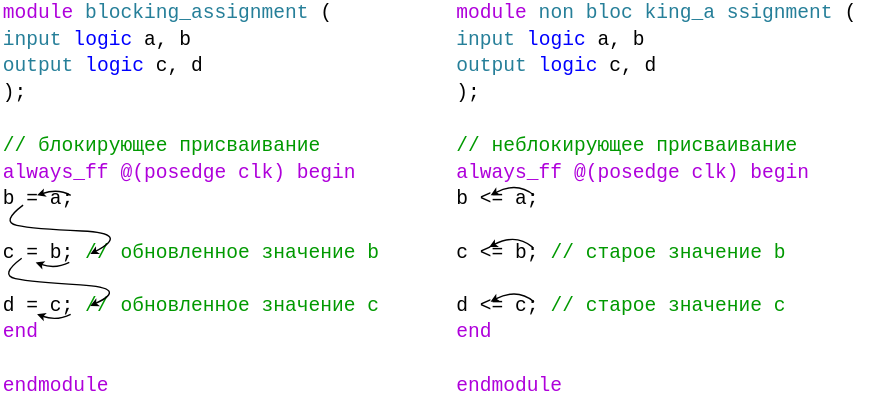
Before: .pic/Basic Verilog structures/assignments/fig_03.drawio.svg, a diagram exported from draw.io (MPSU/APS). Source tidied: cells renumbered, new cells last; positions are measured from the earlier drawing's top-left corner, leaving out a move shared by most shapes.
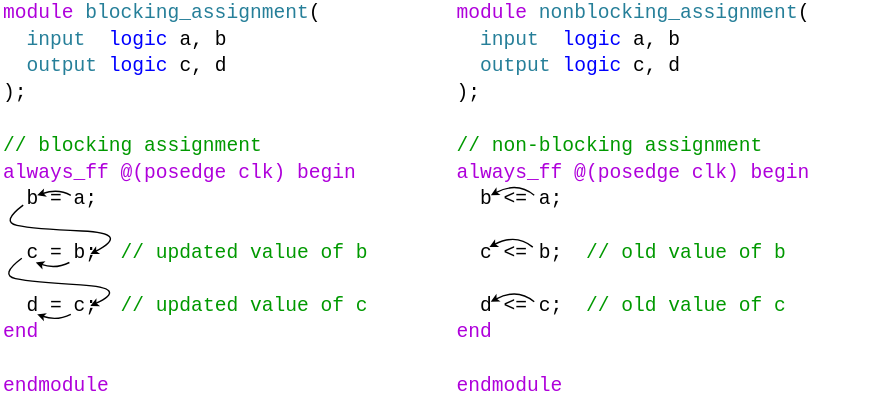
After the change.

Diff of the diagram source:
```diff
@@ -2,10 +2,10 @@
   <root>
     <mxCell id="0" />
     <mxCell id="1" parent="0" />
-    <mxCell id="2" value="&lt;div style=&quot;background-color: rgb(255, 255, 255); font-family: &amp;quot;Fira Code Light&amp;quot;, Consolas, &amp;quot;Courier New&amp;quot;, monospace, Consolas, &amp;quot;Courier New&amp;quot;, monospace; font-size: 14px; line-height: 216%;&quot;&gt;&lt;div style=&quot;line-height: 216%;&quot;&gt;&lt;div style=&quot;line-height: 19px;&quot;&gt;&lt;div style=&quot;line-height: 19px;&quot;&gt;&lt;div style=&quot;&quot;&gt;&lt;font color=&quot;#af00db&quot;&gt;module &lt;/font&gt;&lt;span style=&quot;color: rgb(38, 127, 153);&quot;&gt;blocking_assignment&lt;/span&gt;&lt;span style=&quot;color: rgb(0, 0, 0);&quot;&gt;(&lt;/span&gt;&lt;/div&gt;&lt;div style=&quot;color: rgb(59, 59, 59);&quot;&gt;&lt;span style=&quot;color: rgb(0, 0, 0);&quot;&gt;&amp;nbsp; &lt;/span&gt;&lt;span style=&quot;color: rgb(38, 127, 153);&quot;&gt;input&lt;/span&gt;&lt;span style=&quot;color: rgb(0, 0, 0);&quot;&gt;&amp;nbsp;&amp;nbsp;&lt;/span&gt;&lt;span style=&quot;color: rgb(0, 0, 255);&quot;&gt;logic&lt;/span&gt;&lt;span style=&quot;color: rgb(0, 0, 0);&quot;&gt; a, b&lt;/span&gt;&lt;/div&gt;&lt;div style=&quot;color: rgb(59, 59, 59);&quot;&gt;&lt;span style=&quot;color: rgb(0, 0, 0);&quot;&gt;&amp;nbsp; &lt;/span&gt;&lt;span style=&quot;color: rgb(38, 127, 153);&quot;&gt;output&lt;/span&gt;&lt;span style=&quot;color: rgb(0, 0, 0);&quot;&gt; &lt;/span&gt;&lt;span style=&quot;color: rgb(0, 0, 255);&quot;&gt;logic&lt;/span&gt;&lt;span style=&quot;color: rgb(0, 0, 0);&quot;&gt; c, d&lt;/span&gt;&lt;/div&gt;&lt;div style=&quot;color: rgb(59, 59, 59);&quot;&gt;&lt;span style=&quot;color: rgb(0, 0, 0);&quot;&gt;);&lt;/span&gt;&lt;/div&gt;&lt;div style=&quot;line-height: 19px;&quot;&gt;&lt;br&gt;&lt;/div&gt;&lt;font color=&quot;#009900&quot;&gt;// блокирующее присваивание&lt;br&gt;&lt;/font&gt;&lt;div style=&quot;&quot;&gt;&lt;font color=&quot;#af00db&quot;&gt;always_ff &lt;/font&gt;&lt;span style=&quot;color: rgb(175, 0, 219);&quot;&gt;@(posedge clk) begin&lt;/span&gt;&lt;/div&gt;&lt;div style=&quot;color: rgb(59, 59, 59);&quot;&gt;&lt;span style=&quot;color: rgb(175, 0, 219);&quot;&gt;&amp;nbsp;&amp;nbsp;&lt;/span&gt;&lt;span style=&quot;color: rgb(0, 0, 0);&quot;&gt;b = a;&lt;/span&gt;&lt;/div&gt;&lt;div style=&quot;color: rgb(59, 59, 59);&quot;&gt;&lt;span style=&quot;color: rgb(0, 0, 0);&quot;&gt;&lt;br&gt;&lt;/span&gt;&lt;/div&gt;&lt;div style=&quot;&quot;&gt;&lt;span style=&quot;color: rgb(0, 0, 0);&quot;&gt;&amp;nbsp; c = b;&amp;nbsp;&amp;nbsp;&lt;/span&gt;&lt;font color=&quot;#009900&quot;&gt;// обновленное значение b&lt;/font&gt;&lt;/div&gt;&lt;div style=&quot;color: rgb(59, 59, 59);&quot;&gt;&lt;span style=&quot;color: rgb(0, 0, 0);&quot;&gt;&lt;br&gt;&lt;/span&gt;&lt;/div&gt;&lt;div style=&quot;color: rgb(59, 59, 59);&quot;&gt;&lt;span style=&quot;color: rgb(0, 0, 0);&quot;&gt;&amp;nbsp; d = c;&lt;/span&gt;&amp;nbsp;&amp;nbsp;&lt;font style=&quot;border-color: var(--border-color);&quot; color=&quot;#009900&quot;&gt;// обновленное значение с&lt;/font&gt;&lt;/div&gt;&lt;div style=&quot;color: rgb(59, 59, 59);&quot;&gt;&lt;span style=&quot;color: rgb(175, 0, 219);&quot;&gt;end&lt;/span&gt;&lt;/div&gt;&lt;div style=&quot;color: rgb(59, 59, 59);&quot;&gt;&lt;span style=&quot;color: rgb(0, 0, 0);&quot;&gt;&lt;br&gt;&lt;/span&gt;&lt;/div&gt;&lt;div style=&quot;&quot;&gt;&lt;font color=&quot;#af00db&quot;&gt;endmodule&lt;/font&gt;&lt;/div&gt;&lt;/div&gt;&lt;/div&gt;&lt;/div&gt;&lt;/div&gt;" style="text;html=1;strokeColor=none;fillColor=none;align=left;verticalAlign=middle;whiteSpace=wrap;rounded=0;" parent="1" vertex="1">
+    <mxCell id="2" value="&lt;div style=&quot;background-color: rgb(255, 255, 255); font-family: &amp;quot;Fira Code Light&amp;quot;, Consolas, &amp;quot;Courier New&amp;quot;, monospace, Consolas, &amp;quot;Courier New&amp;quot;, monospace; font-size: 14px; line-height: 216%;&quot;&gt;&lt;div style=&quot;line-height: 216%;&quot;&gt;&lt;div style=&quot;line-height: 19px;&quot;&gt;&lt;div style=&quot;line-height: 19px;&quot;&gt;&lt;div style=&quot;&quot;&gt;&lt;font color=&quot;#af00db&quot;&gt;module &lt;/font&gt;&lt;span style=&quot;color: rgb(38, 127, 153);&quot;&gt;blocking_assignment&lt;/span&gt;&lt;span style=&quot;color: rgb(0, 0, 0);&quot;&gt;(&lt;/span&gt;&lt;/div&gt;&lt;div style=&quot;color: rgb(59, 59, 59);&quot;&gt;&lt;span style=&quot;color: rgb(0, 0, 0);&quot;&gt;&amp;nbsp; &lt;/span&gt;&lt;span style=&quot;color: rgb(38, 127, 153);&quot;&gt;input&lt;/span&gt;&lt;span style=&quot;color: rgb(0, 0, 0);&quot;&gt;&amp;nbsp;&amp;nbsp;&lt;/span&gt;&lt;span style=&quot;color: rgb(0, 0, 255);&quot;&gt;logic&lt;/span&gt;&lt;span style=&quot;color: rgb(0, 0, 0);&quot;&gt; a, b&lt;/span&gt;&lt;/div&gt;&lt;div style=&quot;color: rgb(59, 59, 59);&quot;&gt;&lt;span style=&quot;color: rgb(0, 0, 0);&quot;&gt;&amp;nbsp; &lt;/span&gt;&lt;span style=&quot;color: rgb(38, 127, 153);&quot;&gt;output&lt;/span&gt;&lt;span style=&quot;color: rgb(0, 0, 0);&quot;&gt; &lt;/span&gt;&lt;span style=&quot;color: rgb(0, 0, 255);&quot;&gt;logic&lt;/span&gt;&lt;span style=&quot;color: rgb(0, 0, 0);&quot;&gt; c, d&lt;/span&gt;&lt;/div&gt;&lt;div style=&quot;color: rgb(59, 59, 59);&quot;&gt;&lt;span style=&quot;color: rgb(0, 0, 0);&quot;&gt;);&lt;/span&gt;&lt;/div&gt;&lt;div style=&quot;line-height: 19px;&quot;&gt;&lt;br&gt;&lt;/div&gt;&lt;font color=&quot;#009900&quot;&gt;// blocking assignment&lt;br&gt;&lt;/font&gt;&lt;div style=&quot;&quot;&gt;&lt;font color=&quot;#af00db&quot;&gt;always_ff &lt;/font&gt;&lt;span style=&quot;color: rgb(175, 0, 219);&quot;&gt;@(posedge clk) begin&lt;/span&gt;&lt;/div&gt;&lt;div style=&quot;color: rgb(59, 59, 59);&quot;&gt;&lt;span style=&quot;color: rgb(175, 0, 219);&quot;&gt;&amp;nbsp;&amp;nbsp;&lt;/span&gt;&lt;span style=&quot;color: rgb(0, 0, 0);&quot;&gt;b = a;&lt;/span&gt;&lt;/div&gt;&lt;div style=&quot;color: rgb(59, 59, 59);&quot;&gt;&lt;span style=&quot;color: rgb(0, 0, 0);&quot;&gt;&lt;br&gt;&lt;/span&gt;&lt;/div&gt;&lt;div style=&quot;&quot;&gt;&lt;span style=&quot;color: rgb(0, 0, 0);&quot;&gt;&amp;nbsp; c = b;&amp;nbsp;&amp;nbsp;&lt;/span&gt;&lt;font color=&quot;#009900&quot;&gt;// updated value of b&lt;/font&gt;&lt;/div&gt;&lt;div style=&quot;color: rgb(59, 59, 59);&quot;&gt;&lt;span style=&quot;color: rgb(0, 0, 0);&quot;&gt;&lt;br&gt;&lt;/span&gt;&lt;/div&gt;&lt;div style=&quot;color: rgb(59, 59, 59);&quot;&gt;&lt;span style=&quot;color: rgb(0, 0, 0);&quot;&gt;&amp;nbsp; d = c;&lt;/span&gt;&amp;nbsp;&amp;nbsp;&lt;font style=&quot;border-color: var(--border-color);&quot; color=&quot;#009900&quot;&gt;// updated value of с&lt;/font&gt;&lt;/div&gt;&lt;div style=&quot;color: rgb(59, 59, 59);&quot;&gt;&lt;span style=&quot;color: rgb(175, 0, 219);&quot;&gt;end&lt;/span&gt;&lt;/div&gt;&lt;div style=&quot;color: rgb(59, 59, 59);&quot;&gt;&lt;span style=&quot;color: rgb(0, 0, 0);&quot;&gt;&lt;br&gt;&lt;/span&gt;&lt;/div&gt;&lt;div style=&quot;&quot;&gt;&lt;font color=&quot;#af00db&quot;&gt;endmodule&lt;/font&gt;&lt;/div&gt;&lt;/div&gt;&lt;/div&gt;&lt;/div&gt;&lt;/div&gt;" style="text;html=1;strokeColor=none;fillColor=none;align=left;verticalAlign=middle;whiteSpace=wrap;rounded=0;" parent="1" vertex="1">
       <mxGeometry x="1" width="278" height="284" as="geometry" />
     </mxCell>
-    <mxCell id="3" value="&lt;div style=&quot;background-color: rgb(255, 255, 255); font-family: &amp;quot;Fira Code Light&amp;quot;, Consolas, &amp;quot;Courier New&amp;quot;, monospace, Consolas, &amp;quot;Courier New&amp;quot;, monospace; font-size: 14px; line-height: 216%;&quot;&gt;&lt;div style=&quot;line-height: 216%;&quot;&gt;&lt;div style=&quot;line-height: 19px;&quot;&gt;&lt;div style=&quot;line-height: 19px;&quot;&gt;&lt;div style=&quot;&quot;&gt;&lt;font color=&quot;#af00db&quot;&gt;module&lt;/font&gt;&lt;font color=&quot;#267f99&quot;&gt; non&lt;/font&gt;&lt;span style=&quot;color: rgb(38, 127, 153);&quot;&gt;bloc&lt;/span&gt;&lt;font color=&quot;#267f99&quot;&gt;king_a&lt;/font&gt;&lt;span style=&quot;color: rgb(38, 127, 153);&quot;&gt;ssignment&lt;/span&gt;&lt;span style=&quot;color: rgb(0, 0, 0);&quot;&gt;(&lt;/span&gt;&lt;/div&gt;&lt;div style=&quot;color: rgb(59, 59, 59);&quot;&gt;&lt;span style=&quot;color: rgb(0, 0, 0);&quot;&gt;&amp;nbsp; &lt;/span&gt;&lt;span style=&quot;color: rgb(38, 127, 153);&quot;&gt;input&lt;/span&gt;&lt;span style=&quot;color: rgb(0, 0, 0);&quot;&gt;&amp;nbsp;&amp;nbsp;&lt;/span&gt;&lt;span style=&quot;color: rgb(0, 0, 255);&quot;&gt;logic&lt;/span&gt;&lt;span style=&quot;color: rgb(0, 0, 0);&quot;&gt; a, b&lt;/span&gt;&lt;/div&gt;&lt;div style=&quot;color: rgb(59, 59, 59);&quot;&gt;&lt;span style=&quot;color: rgb(0, 0, 0);&quot;&gt;&amp;nbsp; &lt;/span&gt;&lt;span style=&quot;color: rgb(38, 127, 153);&quot;&gt;output&lt;/span&gt;&lt;span style=&quot;color: rgb(0, 0, 0);&quot;&gt; &lt;/span&gt;&lt;span style=&quot;color: rgb(0, 0, 255);&quot;&gt;logic&lt;/span&gt;&lt;span style=&quot;color: rgb(0, 0, 0);&quot;&gt; c, d&lt;/span&gt;&lt;/div&gt;&lt;div style=&quot;color: rgb(59, 59, 59);&quot;&gt;&lt;span style=&quot;color: rgb(0, 0, 0);&quot;&gt;);&lt;/span&gt;&lt;/div&gt;&lt;div style=&quot;line-height: 19px;&quot;&gt;&lt;br&gt;&lt;/div&gt;&lt;font color=&quot;#009900&quot;&gt;// неблокирующее присваивание&lt;br&gt;&lt;/font&gt;&lt;div style=&quot;&quot;&gt;&lt;font color=&quot;#af00db&quot;&gt;always_ff &lt;/font&gt;&lt;span style=&quot;color: rgb(175, 0, 219);&quot;&gt;@(posedge clk) begin&lt;/span&gt;&lt;/div&gt;&lt;div style=&quot;color: rgb(59, 59, 59);&quot;&gt;&lt;span style=&quot;color: rgb(175, 0, 219);&quot;&gt;&amp;nbsp;&amp;nbsp;&lt;/span&gt;&lt;span style=&quot;color: rgb(0, 0, 0);&quot;&gt;b &amp;lt;= a;&lt;/span&gt;&lt;/div&gt;&lt;div style=&quot;color: rgb(59, 59, 59);&quot;&gt;&lt;span style=&quot;color: rgb(0, 0, 0);&quot;&gt;&lt;br&gt;&lt;/span&gt;&lt;/div&gt;&lt;div style=&quot;&quot;&gt;&lt;span style=&quot;color: rgb(0, 0, 0);&quot;&gt;&amp;nbsp; c &amp;lt;= b;&amp;nbsp; &lt;/span&gt;&lt;font color=&quot;#009900&quot;&gt;// старое значение b&lt;/font&gt;&lt;/div&gt;&lt;div style=&quot;color: rgb(59, 59, 59);&quot;&gt;&lt;span style=&quot;color: rgb(0, 0, 0);&quot;&gt;&lt;br&gt;&lt;/span&gt;&lt;/div&gt;&lt;div style=&quot;&quot;&gt;&lt;span style=&quot;color: rgb(0, 0, 0);&quot;&gt;&amp;nbsp; d &amp;lt;= c;&amp;nbsp;&amp;nbsp;&lt;/span&gt;&lt;font color=&quot;#009900&quot;&gt;// старое значение c&lt;/font&gt;&lt;/div&gt;&lt;div style=&quot;&quot;&gt;&lt;font color=&quot;#af00db&quot;&gt;end&lt;/font&gt;&lt;/div&gt;&lt;div style=&quot;color: rgb(59, 59, 59);&quot;&gt;&lt;span style=&quot;color: rgb(0, 0, 0);&quot;&gt;&lt;br&gt;&lt;/span&gt;&lt;/div&gt;&lt;div style=&quot;&quot;&gt;&lt;font color=&quot;#af00db&quot;&gt;endmodule&lt;/font&gt;&lt;/div&gt;&lt;/div&gt;&lt;/div&gt;&lt;/div&gt;&lt;/div&gt;" style="text;html=1;strokeColor=none;fillColor=none;align=left;verticalAlign=middle;whiteSpace=wrap;rounded=0;" parent="1" vertex="1">
+    <mxCell id="3" value="&lt;div style=&quot;background-color: rgb(255, 255, 255); font-family: &amp;quot;Fira Code Light&amp;quot;, Consolas, &amp;quot;Courier New&amp;quot;, monospace, Consolas, &amp;quot;Courier New&amp;quot;, monospace; font-size: 14px; line-height: 216%;&quot;&gt;&lt;div style=&quot;line-height: 216%;&quot;&gt;&lt;div style=&quot;line-height: 19px;&quot;&gt;&lt;div style=&quot;line-height: 19px;&quot;&gt;&lt;div style=&quot;&quot;&gt;&lt;font color=&quot;#af00db&quot;&gt;module&lt;/font&gt;&lt;font color=&quot;#267f99&quot;&gt; non&lt;/font&gt;&lt;span style=&quot;color: rgb(38, 127, 153);&quot;&gt;bloc&lt;/span&gt;&lt;font color=&quot;#267f99&quot;&gt;king_a&lt;/font&gt;&lt;span style=&quot;color: rgb(38, 127, 153);&quot;&gt;ssignment&lt;/span&gt;&lt;span style=&quot;color: rgb(0, 0, 0);&quot;&gt;(&lt;/span&gt;&lt;/div&gt;&lt;div style=&quot;color: rgb(59, 59, 59);&quot;&gt;&lt;span style=&quot;color: rgb(0, 0, 0);&quot;&gt;&amp;nbsp; &lt;/span&gt;&lt;span style=&quot;color: rgb(38, 127, 153);&quot;&gt;input&lt;/span&gt;&lt;span style=&quot;color: rgb(0, 0, 0);&quot;&gt;&amp;nbsp;&amp;nbsp;&lt;/span&gt;&lt;span style=&quot;color: rgb(0, 0, 255);&quot;&gt;logic&lt;/span&gt;&lt;span style=&quot;color: rgb(0, 0, 0);&quot;&gt; a, b&lt;/span&gt;&lt;/div&gt;&lt;div style=&quot;color: rgb(59, 59, 59);&quot;&gt;&lt;span style=&quot;color: rgb(0, 0, 0);&quot;&gt;&amp;nbsp; &lt;/span&gt;&lt;span style=&quot;color: rgb(38, 127, 153);&quot;&gt;output&lt;/span&gt;&lt;span style=&quot;color: rgb(0, 0, 0);&quot;&gt; &lt;/span&gt;&lt;span style=&quot;color: rgb(0, 0, 255);&quot;&gt;logic&lt;/span&gt;&lt;span style=&quot;color: rgb(0, 0, 0);&quot;&gt; c, d&lt;/span&gt;&lt;/div&gt;&lt;div style=&quot;color: rgb(59, 59, 59);&quot;&gt;&lt;span style=&quot;color: rgb(0, 0, 0);&quot;&gt;);&lt;/span&gt;&lt;/div&gt;&lt;div style=&quot;line-height: 19px;&quot;&gt;&lt;br&gt;&lt;/div&gt;&lt;font color=&quot;#009900&quot;&gt;// non-blocking assignment&lt;br&gt;&lt;/font&gt;&lt;div style=&quot;&quot;&gt;&lt;font color=&quot;#af00db&quot;&gt;always_ff &lt;/font&gt;&lt;span style=&quot;color: rgb(175, 0, 219);&quot;&gt;@(posedge clk) begin&lt;/span&gt;&lt;/div&gt;&lt;div style=&quot;color: rgb(59, 59, 59);&quot;&gt;&lt;span style=&quot;color: rgb(175, 0, 219);&quot;&gt;&amp;nbsp;&amp;nbsp;&lt;/span&gt;&lt;span style=&quot;color: rgb(0, 0, 0);&quot;&gt;b &amp;lt;= a;&lt;/span&gt;&lt;/div&gt;&lt;div style=&quot;color: rgb(59, 59, 59);&quot;&gt;&lt;span style=&quot;color: rgb(0, 0, 0);&quot;&gt;&lt;br&gt;&lt;/span&gt;&lt;/div&gt;&lt;div style=&quot;&quot;&gt;&lt;span style=&quot;color: rgb(0, 0, 0);&quot;&gt;&amp;nbsp; c &amp;lt;= b;&amp;nbsp; &lt;/span&gt;&lt;font color=&quot;#009900&quot;&gt;// old value of b&lt;/font&gt;&lt;/div&gt;&lt;div style=&quot;color: rgb(59, 59, 59);&quot;&gt;&lt;span style=&quot;color: rgb(0, 0, 0);&quot;&gt;&lt;br&gt;&lt;/span&gt;&lt;/div&gt;&lt;div style=&quot;&quot;&gt;&lt;span style=&quot;color: rgb(0, 0, 0);&quot;&gt;&amp;nbsp; d &amp;lt;= c;&amp;nbsp;&amp;nbsp;&lt;/span&gt;&lt;font color=&quot;#009900&quot;&gt;// old value of c&lt;/font&gt;&lt;/div&gt;&lt;div style=&quot;&quot;&gt;&lt;font color=&quot;#af00db&quot;&gt;end&lt;/font&gt;&lt;/div&gt;&lt;div style=&quot;color: rgb(59, 59, 59);&quot;&gt;&lt;span style=&quot;color: rgb(0, 0, 0);&quot;&gt;&lt;br&gt;&lt;/span&gt;&lt;/div&gt;&lt;div style=&quot;&quot;&gt;&lt;font color=&quot;#af00db&quot;&gt;endmodule&lt;/font&gt;&lt;/div&gt;&lt;/div&gt;&lt;/div&gt;&lt;/div&gt;&lt;/div&gt;" style="text;html=1;strokeColor=none;fillColor=none;align=left;verticalAlign=middle;whiteSpace=wrap;rounded=0;" parent="1" vertex="1">
       <mxGeometry x="325" width="308" height="284" as="geometry" />
     </mxCell>
     <mxCell id="4" style="curved=1;endArrow=classic;html=1;rounded=0;endFill=1;strokeWidth=1;strokeColor=default;endSize=3;" parent="1" edge="1">
```
